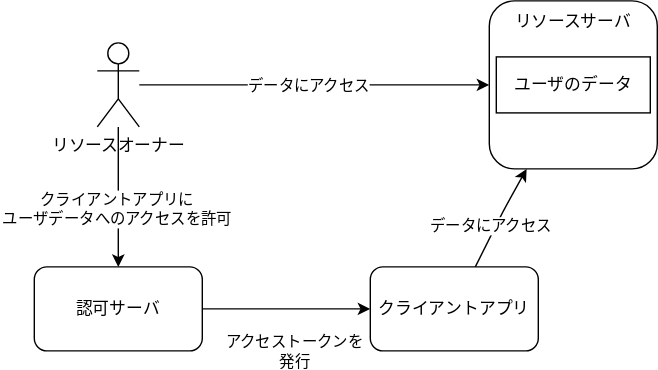
Above: assets/oauth.drawio.svg in Showichiro/oauth-oidc-workshop (draw.io), before the change. Source tidied: cells renumbered, new cells last; positions are measured from the earlier drawing's top-left corner, leaving out a move shared by most shapes.
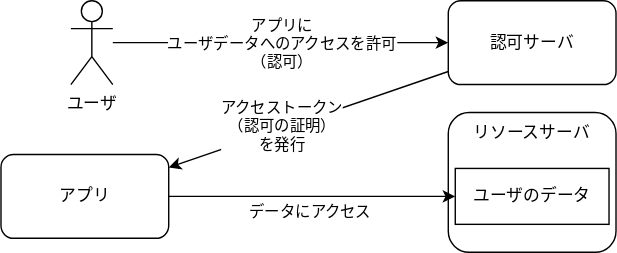
The same diagram one commit later.

Change to the diagram source:
```diff
@@ -2,57 +2,45 @@
   <root>
     <mxCell id="0" />
     <mxCell id="1" parent="0" />
-    <mxCell id="2" style="edgeStyle=none;html=1;entryX=0;entryY=0.5;entryDx=0;entryDy=0;" parent="1" edge="1" source="6" target="7">
-      <mxGeometry relative="1" as="geometry" />
-    </mxCell>
-    <mxCell id="3" value="データにアクセス" style="edgeLabel;html=1;align=center;verticalAlign=middle;" parent="2" vertex="1">
-      <mxGeometry x="-0.43" relative="1" as="geometry">
-        <mxPoint x="49" as="offset" />
-      </mxGeometry>
-    </mxCell>
     <mxCell id="4" style="edgeStyle=none;html=1;" parent="1" edge="1" source="6" target="14">
       <mxGeometry relative="1" as="geometry" />
     </mxCell>
-    <mxCell id="5" value="クライアントアプリに&lt;br&gt;ユーザデータへのアクセスを許可" style="edgeLabel;html=1;align=center;verticalAlign=middle;" parent="4" vertex="1">
+    <mxCell id="5" value="アプリに&lt;br&gt;ユーザデータへのアクセスを許可&lt;br&gt;（認可）" style="edgeLabel;html=1;align=center;verticalAlign=middle;" parent="4" vertex="1">
       <mxGeometry x="0.17" y="-2" relative="1" as="geometry">
-        <mxPoint y="-1" as="offset" />
+        <mxPoint x="-21" y="-2" as="offset" />
       </mxGeometry>
     </mxCell>
-    <mxCell id="6" value="リソースオーナー" style="shape=umlActor;verticalLabelPosition=bottom;verticalAlign=top;html=1;outlineConnect=0;" parent="1" vertex="1">
+    <mxCell id="6" value="ユーザ" style="shape=umlActor;verticalLabelPosition=bottom;verticalAlign=top;html=1;outlineConnect=0;" parent="1" vertex="1">
       <mxGeometry x="45" y="30" width="30" height="60" as="geometry" />
     </mxCell>
     <mxCell id="7" style="rounded=1;whiteSpace=wrap;html=1;" parent="1" vertex="1">
-      <mxGeometry x="325" width="120" height="120" as="geometry" />
+      <mxGeometry x="315" y="110" width="120" height="100" as="geometry" />
     </mxCell>
     <mxCell id="8" value="ユーザのデータ" style="rounded=0;whiteSpace=wrap;html=1;" parent="1" vertex="1">
-      <mxGeometry x="330" y="40" width="110" height="40" as="geometry" />
+      <mxGeometry x="320" y="150" width="110" height="40" as="geometry" />
     </mxCell>
     <mxCell id="9" value="リソースサーバ" style="text;html=1;strokeColor=none;fillColor=none;align=center;verticalAlign=middle;whiteSpace=wrap;rounded=0;" parent="1" vertex="1">
-      <mxGeometry x="335" width="100" height="30" as="geometry" />
+      <mxGeometry x="325" y="110" width="100" height="30" as="geometry" />
     </mxCell>
-    <mxCell id="10" style="edgeStyle=none;html=1;" parent="1" edge="1" source="11" target="7">
-      <mxGeometry relative="1" as="geometry">
-        <Array as="points">
-          <mxPoint x="335" y="150" />
-        </Array>
-      </mxGeometry>
+    <mxCell id="10" style="html=1;entryX=0;entryY=0.5;entryDx=0;entryDy=0;" parent="1" edge="1" source="11" target="8">
+      <mxGeometry relative="1" as="geometry" />
     </mxCell>
-    <mxCell id="11" value="クライアントアプリ" style="rounded=1;whiteSpace=wrap;html=1;" parent="1" vertex="1">
-      <mxGeometry x="240" y="190" width="120" height="60" as="geometry" />
+    <mxCell id="11" value="アプリ" style="rounded=1;whiteSpace=wrap;html=1;" parent="1" vertex="1">
+      <mxGeometry x="-5" y="140" width="120" height="60" as="geometry" />
     </mxCell>
     <mxCell id="12" style="edgeStyle=none;html=1;" parent="1" edge="1" source="14" target="11">
       <mxGeometry relative="1" as="geometry" />
     </mxCell>
-    <mxCell id="13" value="アクセストークンを&lt;br&gt;発行" style="edgeLabel;html=1;align=center;verticalAlign=middle;" parent="12" vertex="1">
+    <mxCell id="13" value="アクセストークン&lt;br&gt;（認可の証明）&lt;br&gt;を発行" style="edgeLabel;html=1;align=center;verticalAlign=middle;" parent="12" vertex="1">
       <mxGeometry x="-0.24" relative="1" as="geometry">
-        <mxPoint x="20" y="30" as="offset" />
+        <mxPoint x="-44" y="13" as="offset" />
       </mxGeometry>
     </mxCell>
     <mxCell id="14" value="認可サーバ" style="rounded=1;whiteSpace=wrap;html=1;" parent="1" vertex="1">
-      <mxGeometry y="190" width="120" height="60" as="geometry" />
+      <mxGeometry x="315" y="30" width="120" height="60" as="geometry" />
     </mxCell>
     <mxCell id="15" value="データにアクセス" style="edgeLabel;html=1;align=center;verticalAlign=middle;" parent="1" vertex="1">
-      <mxGeometry x="325" y="160" as="geometry" />
+      <mxGeometry x="215" y="180" as="geometry" />
     </mxCell>
   </root>
 </mxGraphModel>
```
